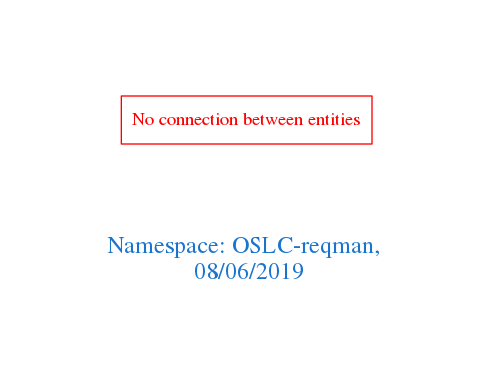
The Graphviz diagram downloads/OSLC-reqman.png in arago/OGIT, before a commit. Its source is kept beside it as downloads/OSLC-reqman.dot.
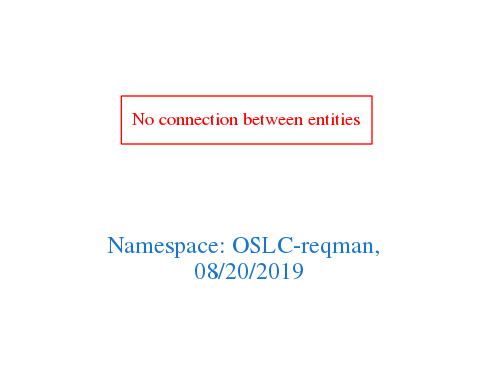
Above is the later version.

Change to the diagram source:
```diff
@@ -1,7 +1,7 @@
 digraph OGIT_ontology {
  graph [ rankdir= LR,pad=1
 fontsize = 18,
-fontcolor= dodgerblue3,label = "\n\n\nNamespace: OSLC-reqman, \n 08/06/2019"];
+fontcolor= dodgerblue3,label = "\n\n\nNamespace: OSLC-reqman, \n 08/20/2019"];
 node[shape=polygon];
 edge [  color="gray81"];
 
```
